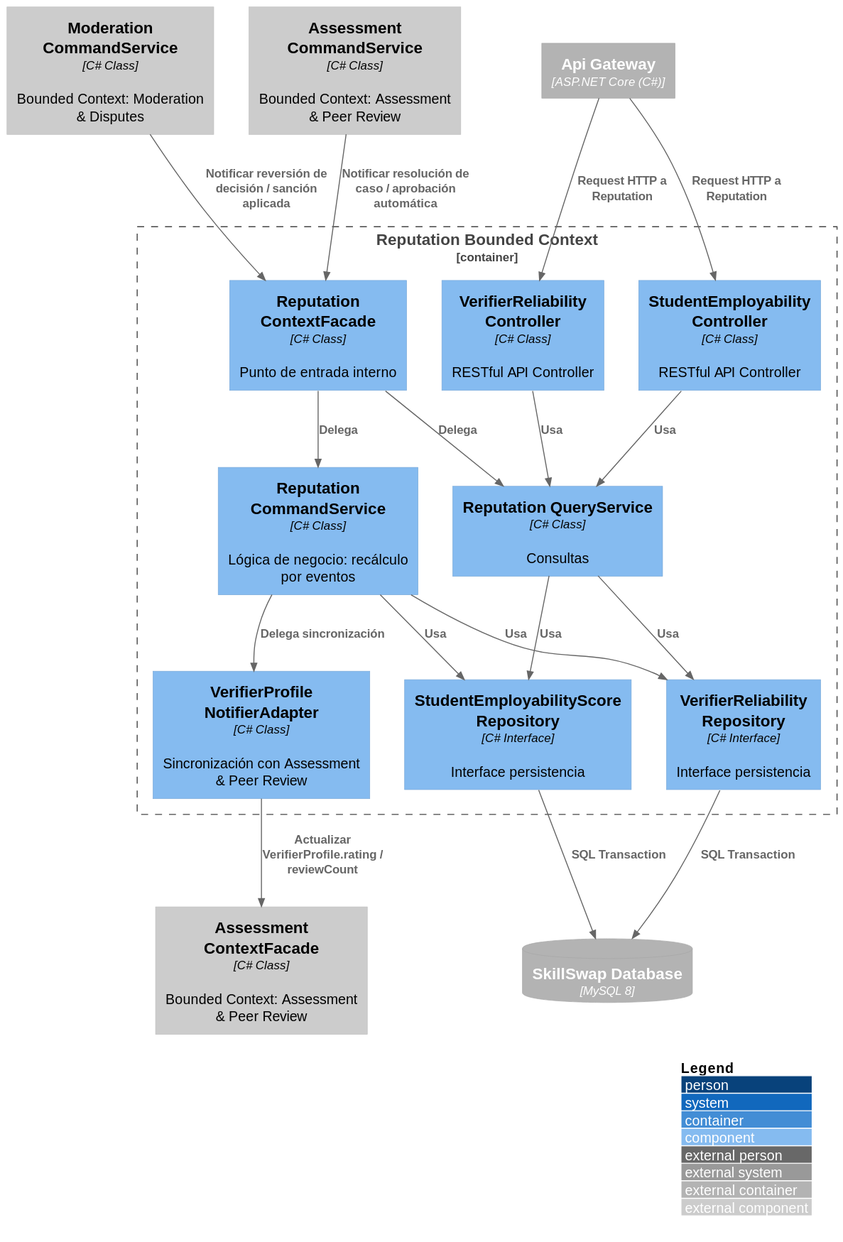
Above: images-doc/ReputationComponent.svg in Aplicaciones-Dispositivos-Moviles/SkillSwap-ProjectReport (PlantUML), before the change. Source of this version:
```plantuml
@startuml
!include https://raw.githubusercontent.com/plantuml-stdlib/C4-PlantUML/master/C4_Component.puml

LAYOUT_WITH_LEGEND()

Container_Ext(apiGateway, "Api Gateway", "ASP.NET Core (C#)")
ContainerDb_Ext(mainDB, "SkillSwap Database", "MySQL 8")

Container_Boundary(reputationBC, "Reputation Bounded Context") {
    Component(verifierReliabilityController, "VerifierReliability Controller", "C# Class", "RESTful API Controller")
    Component(studentEmployabilityController, "StudentEmployability Controller", "C# Class", "RESTful API Controller")
    Component(reputationCommandService, "Reputation CommandService", "C# Class", "Lógica de negocio: recálculo por eventos")
    Component(reputationQueryService, "Reputation QueryService", "C# Class", "Consultas")
    Component(verifierReliabilityRepository, "VerifierReliability Repository", "C# Interface", "Interface persistencia")
    Component(studentEmployabilityRepository, "StudentEmployabilityScore Repository", "C# Interface", "Interface persistencia")
    Component(verifierProfileNotifierExternal, "VerifierProfile NotifierAdapter", "C# Class", "Sincronización con Assessment & Peer Review")
    Component(reputationContextFacade, "Reputation ContextFacade", "C# Class", "Punto de entrada interno")
}

Component_Ext(assessmentContextFacade, "Assessment ContextFacade", "C# Class", "Bounded Context: Assessment & Peer Review")
Component_Ext(assessmentCommandService, "Assessment CommandService", "C# Class", "Bounded Context: Assessment & Peer Review")
Component_Ext(moderationCommandService, "Moderation CommandService", "C# Class", "Bounded Context: Moderation & Disputes")

Rel(apiGateway, verifierReliabilityController, "Request HTTP a Reputation")
Rel(apiGateway, studentEmployabilityController, "Request HTTP a Reputation")
Rel(verifierReliabilityController, reputationQueryService, "Usa")
Rel(studentEmployabilityController, reputationQueryService, "Usa")

Rel(reputationCommandService, verifierReliabilityRepository, "Usa")
Rel(reputationCommandService, studentEmployabilityRepository, "Usa")
Rel(reputationQueryService, verifierReliabilityRepository, "Usa")
Rel(reputationQueryService, studentEmployabilityRepository, "Usa")
Rel(verifierReliabilityRepository, mainDB, "SQL Transaction")
Rel(studentEmployabilityRepository, mainDB, "SQL Transaction")

Rel(reputationCommandService, verifierProfileNotifierExternal, "Delega sincronización")
Rel(verifierProfileNotifierExternal, assessmentContextFacade, "Actualizar VerifierProfile.rating / reviewCount")

Rel(reputationContextFacade, reputationCommandService, "Delega")
Rel(reputationContextFacade, reputationQueryService, "Delega")

Rel(assessmentCommandService, reputationContextFacade, "Notificar resolución de caso / aprobación automática")
Rel(moderationCommandService, reputationContextFacade, "Notificar reversión de decisión / sanción aplicada")
@enduml
```
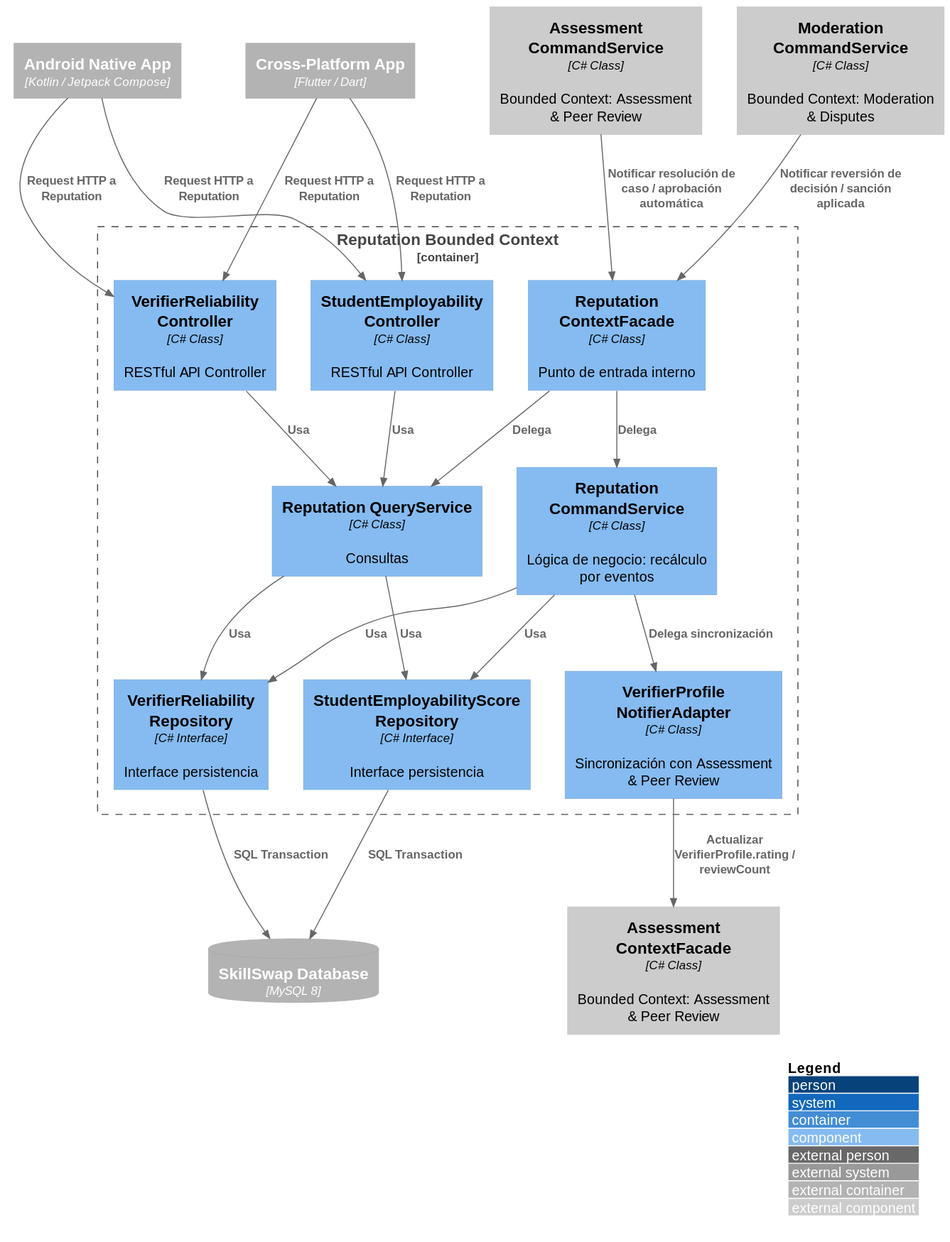
After the change.

The edit, as a diff of the source:
```diff
@@ -3,7 +3,8 @@
 
 LAYOUT_WITH_LEGEND()
 
-Container_Ext(apiGateway, "Api Gateway", "ASP.NET Core (C#)")
+Container_Ext(androidApp, "Android Native App", "Kotlin / Jetpack Compose")
+Container_Ext(flutterApp, "Cross-Platform App", "Flutter / Dart")
 ContainerDb_Ext(mainDB, "SkillSwap Database", "MySQL 8")
 
 Container_Boundary(reputationBC, "Reputation Bounded Context") {
@@ -21,8 +22,11 @@
 Component_Ext(assessmentCommandService, "Assessment CommandService", "C# Class", "Bounded Context: Assessment & Peer Review")
 Component_Ext(moderationCommandService, "Moderation CommandService", "C# Class", "Bounded Context: Moderation & Disputes")
 
-Rel(apiGateway, verifierReliabilityController, "Request HTTP a Reputation")
-Rel(apiGateway, studentEmployabilityController, "Request HTTP a Reputation")
+Rel(androidApp, verifierReliabilityController, "Request HTTP a Reputation")
+Rel(flutterApp, verifierReliabilityController, "Request HTTP a Reputation")
+Rel(androidApp, studentEmployabilityController, "Request HTTP a Reputation")
+Rel(flutterApp, studentEmployabilityController, "Request HTTP a Reputation")
+
 Rel(verifierReliabilityController, reputationQueryService, "Usa")
 Rel(studentEmployabilityController, reputationQueryService, "Usa")
 
```
